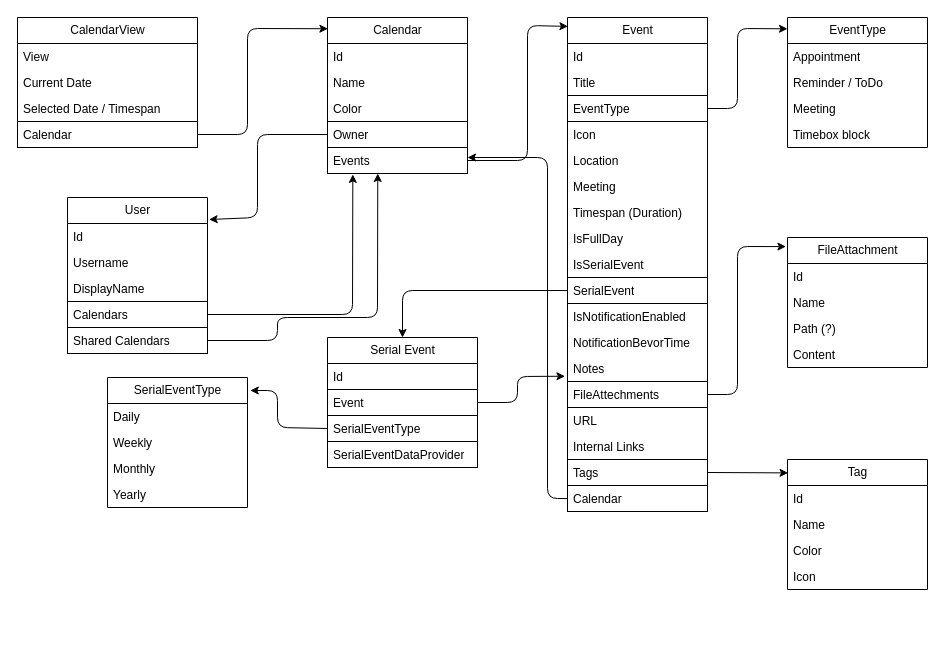
This is page "Domain" (1 of 2) of Architecture/Domains/Calendar.drawio from TodoXpress/Documentation, a draw.io file, before an edit. Source tidied: cells renumbered, new cells numbered last; positions are measured from the earlier drawing's top-left corner, leaving out a move shared by most shapes. Both pictures are drawn from the tidied source at 100%, with x=0, y=0 at pixel (17, 17).
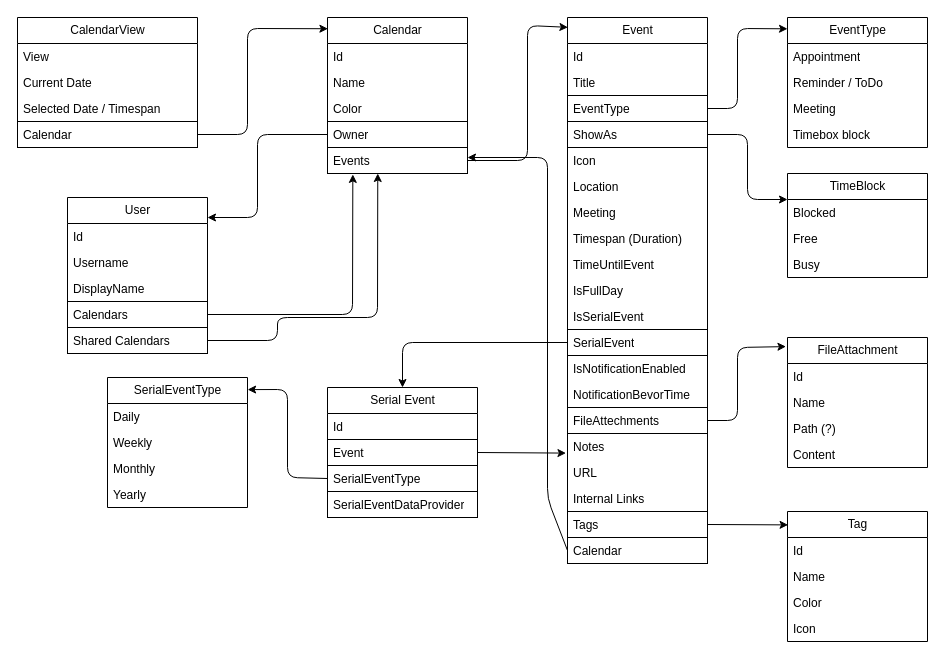
After the change.

Unchanged cells that the change refers to:
```xml
<mxCell id="11" value="Owner" style="text;strokeColor=default;fillColor=none;align=left;verticalAlign=top;spacingLeft=4;spacingRight=4;overflow=hidden;points=[[0,0.5],[1,0.5]];portConstraint=eastwest;whiteSpace=wrap;html=1;" parent="7" vertex="1">
  <mxGeometry y="104" width="140" height="26" as="geometry" />
</mxCell>
<mxCell id="37" value="Event" style="text;strokeColor=default;fillColor=none;align=left;verticalAlign=top;spacingLeft=4;spacingRight=4;overflow=hidden;points=[[0,0.5],[1,0.5]];portConstraint=eastwest;whiteSpace=wrap;html=1;" parent="35" vertex="1">
  <mxGeometry y="52" width="150" height="26" as="geometry" />
</mxCell>
<mxCell id="38" value="SerialEventType" style="text;strokeColor=default;fillColor=none;align=left;verticalAlign=top;spacingLeft=4;spacingRight=4;overflow=hidden;points=[[0,0.5],[1,0.5]];portConstraint=eastwest;whiteSpace=wrap;html=1;" parent="35" vertex="1">
  <mxGeometry y="78" width="150" height="26" as="geometry" />
</mxCell>
<mxCell id="41" value="User" style="swimlane;fontStyle=0;horizontal=1;startSize=26;fillColor=none;html=1;strokeColor=default;" parent="1" vertex="1">
  <mxGeometry x="50" y="180" width="140" height="156" as="geometry" />
</mxCell>
<mxCell id="54" value="SerialEventType" style="swimlane;fontStyle=0;horizontal=1;startSize=26;fillColor=none;html=1;strokeColor=default;" parent="1" vertex="1">
  <mxGeometry x="90" y="360" width="140" height="130" as="geometry" />
</mxCell>
```

The edit, as a diff of the source:
```diff
@@
     <mxCell id="14" value="Event" style="swimlane;fontStyle=0;horizontal=1;startSize=26;fillColor=none;html=1;strokeColor=default;" parent="1" vertex="1">
-      <mxGeometry x="550" width="140" height="494" as="geometry" />
+      <mxGeometry x="550" width="140" height="546" as="geometry" />
     </mxCell>
@@
+    <mxCell id="75" value="ShowAs" style="text;strokeColor=default;fillColor=none;align=left;verticalAlign=top;spacingLeft=4;spacingRight=4;overflow=hidden;points=[[0,0.5],[1,0.5]];portConstraint=eastwest;whiteSpace=wrap;html=1;" parent="14" vertex="1">
+      <mxGeometry y="104" width="140" height="26" as="geometry" />
+    </mxCell>
     <mxCell id="18" value="Icon" style="text;strokeColor=none;fillColor=none;align=left;verticalAlign=top;spacingLeft=4;spacingRight=4;overflow=hidden;whiteSpace=wrap;html=1;" parent="14" vertex="1">
-      <mxGeometry y="104" width="140" height="26" as="geometry" />
+      <mxGeometry y="130" width="140" height="26" as="geometry" />
     </mxCell>
     <mxCell id="19" value="Location" style="text;strokeColor=none;fillColor=none;align=left;verticalAlign=top;spacingLeft=4;spacingRight=4;overflow=hidden;whiteSpace=wrap;html=1;" parent="14" vertex="1">
-      <mxGeometry y="130" width="140" height="26" as="geometry" />
+      <mxGeometry y="156" width="140" height="26" as="geometry" />
     </mxCell>
     <mxCell id="20" value="Meeting" style="text;strokeColor=none;fillColor=none;align=left;verticalAlign=top;spacingLeft=4;spacingRight=4;overflow=hidden;whiteSpace=wrap;html=1;" parent="14" vertex="1">
-      <mxGeometry y="156" width="140" height="26" as="geometry" />
+      <mxGeometry y="182" width="140" height="26" as="geometry" />
     </mxCell>
     <mxCell id="21" value="Timespan (Duration)" style="text;strokeColor=none;fillColor=none;align=left;verticalAlign=top;spacingLeft=4;spacingRight=4;overflow=hidden;whiteSpace=wrap;html=1;" parent="14" vertex="1">
-      <mxGeometry y="182" width="140" height="26" as="geometry" />
+      <mxGeometry y="208" width="140" height="26" as="geometry" />
     </mxCell>
+    <mxCell id="76" value="TimeUntilEvent" style="text;strokeColor=none;fillColor=none;align=left;verticalAlign=top;spacingLeft=4;spacingRight=4;overflow=hidden;whiteSpace=wrap;html=1;" parent="14" vertex="1">
+      <mxGeometry y="234" width="140" height="26" as="geometry" />
+    </mxCell>
     <mxCell id="22" value="IsFullDay" style="text;strokeColor=none;fillColor=none;align=left;verticalAlign=top;spacingLeft=4;spacingRight=4;overflow=hidden;whiteSpace=wrap;html=1;" parent="14" vertex="1">
-      <mxGeometry y="208" width="140" height="26" as="geometry" />
+      <mxGeometry y="260" width="140" height="26" as="geometry" />
     </mxCell>
     <mxCell id="23" value="IsSerialEvent" style="text;strokeColor=none;fillColor=none;align=left;verticalAlign=top;spacingLeft=4;spacingRight=4;overflow=hidden;whiteSpace=wrap;html=1;" parent="14" vertex="1">
-      <mxGeometry y="234" width="140" height="26" as="geometry" />
+      <mxGeometry y="286" width="140" height="26" as="geometry" />
     </mxCell>
     <mxCell id="24" value="SerialEvent" style="text;strokeColor=default;fillColor=none;align=left;verticalAlign=top;spacingLeft=4;spacingRight=4;overflow=hidden;points=[[0,0.5],[1,0.5]];portConstraint=eastwest;whiteSpace=wrap;html=1;" parent="14" vertex="1">
-      <mxGeometry y="260" width="140" height="26" as="geometry" />
+      <mxGeometry y="312" width="140" height="26" as="geometry" />
     </mxCell>
     <mxCell id="25" value="IsNotificationEnabled" style="text;strokeColor=none;fillColor=none;align=left;verticalAlign=top;spacingLeft=4;spacingRight=4;overflow=hidden;whiteSpace=wrap;html=1;" parent="14" vertex="1">
-      <mxGeometry y="286" width="140" height="26" as="geometry" />
+      <mxGeometry y="338" width="140" height="26" as="geometry" />
     </mxCell>
     <mxCell id="26" value="NotificationBevorTime" style="text;strokeColor=none;fillColor=none;align=left;verticalAlign=top;spacingLeft=4;spacingRight=4;overflow=hidden;whiteSpace=wrap;html=1;" parent="14" vertex="1">
-      <mxGeometry y="312" width="140" height="26" as="geometry" />
+      <mxGeometry y="364" width="140" height="26" as="geometry" />
     </mxCell>
+    <mxCell id="28" value="FileAttechments" style="text;strokeColor=default;fillColor=none;align=left;verticalAlign=top;spacingLeft=4;spacingRight=4;overflow=hidden;points=[[0,0.5],[1,0.5]];portConstraint=eastwest;whiteSpace=wrap;html=1;" parent="14" vertex="1">
+      <mxGeometry y="390" width="140" height="26" as="geometry" />
+    </mxCell>
     <mxCell id="27" value="Notes" style="text;strokeColor=none;fillColor=none;align=left;verticalAlign=top;spacingLeft=4;spacingRight=4;overflow=hidden;points=[[0,0.5],[1,0.5]];portConstraint=eastwest;whiteSpace=wrap;html=1;" parent="14" vertex="1">
-      <mxGeometry y="338" width="140" height="26" as="geometry" />
+      <mxGeometry y="416" width="140" height="26" as="geometry" />
     </mxCell>
-    <mxCell id="28" value="FileAttechments" style="text;strokeColor=default;fillColor=none;align=left;verticalAlign=top;spacingLeft=4;spacingRight=4;overflow=hidden;points=[[0,0.5],[1,0.5]];portConstraint=eastwest;whiteSpace=wrap;html=1;" parent="14" vertex="1">
-      <mxGeometry y="364" width="140" height="26" as="geometry" />
-    </mxCell>
     <mxCell id="29" value="URL" style="text;strokeColor=none;fillColor=none;align=left;verticalAlign=top;spacingLeft=4;spacingRight=4;overflow=hidden;whiteSpace=wrap;html=1;" parent="14" vertex="1">
-      <mxGeometry y="390" width="140" height="26" as="geometry" />
+      <mxGeometry y="442" width="140" height="26" as="geometry" />
     </mxCell>
     <mxCell id="30" value="Internal Links" style="text;strokeColor=none;fillColor=none;align=left;verticalAlign=top;spacingLeft=4;spacingRight=4;overflow=hidden;whiteSpace=wrap;html=1;" parent="14" vertex="1">
-      <mxGeometry y="416" width="140" height="26" as="geometry" />
+      <mxGeometry y="468" width="140" height="26" as="geometry" />
     </mxCell>
     <mxCell id="31" value="Tags" style="text;strokeColor=default;fillColor=none;align=left;verticalAlign=top;spacingLeft=4;spacingRight=4;overflow=hidden;points=[[0,0.5],[1,0.5]];portConstraint=eastwest;whiteSpace=wrap;html=1;" parent="14" vertex="1">
-      <mxGeometry y="442" width="140" height="26" as="geometry" />
+      <mxGeometry y="494" width="140" height="26" as="geometry" />
     </mxCell>
     <mxCell id="32" value="Calendar" style="text;strokeColor=default;fillColor=none;align=left;verticalAlign=top;spacingLeft=4;spacingRight=4;overflow=hidden;points=[[0,0.5],[1,0.5]];portConstraint=eastwest;whiteSpace=wrap;html=1;" parent="14" vertex="1">
-      <mxGeometry y="468" width="140" height="26" as="geometry" />
+      <mxGeometry y="520" width="140" height="26" as="geometry" />
     </mxCell>
@@
     <mxCell id="35" value="Serial Event" style="swimlane;fontStyle=0;horizontal=1;startSize=26;fillColor=none;html=1;strokeColor=default;" parent="1" vertex="1">
-      <mxGeometry x="310" y="320" width="150" height="130" as="geometry" />
+      <mxGeometry x="310" y="370" width="150" height="130" as="geometry" />
     </mxCell>
@@
     <mxCell id="40" style="edgeStyle=none;html=1;exitX=0;exitY=0.5;exitDx=0;exitDy=0;entryX=0.5;entryY=0;entryDx=0;entryDy=0;" parent="1" edge="1" source="24" target="35">
       <mxGeometry relative="1" as="geometry">
         <Array as="points">
-          <mxPoint x="385" y="273" />
+          <mxPoint x="385" y="325" />
         </Array>
       </mxGeometry>
     </mxCell>
@@
-    <mxCell id="47" style="edgeStyle=none;html=1;exitX=0;exitY=0.5;exitDx=0;exitDy=0;entryX=1.012;entryY=0.141;entryDx=0;entryDy=0;entryPerimeter=0;" parent="1" edge="1" source="11" target="41">
+    <mxCell id="47" style="edgeStyle=none;html=1;exitX=0;exitY=0.5;exitDx=0;exitDy=0;" parent="1" edge="1" source="11">
       <mxGeometry relative="1" as="geometry">
+        <mxPoint x="190" y="200" as="targetPoint" />
         <Array as="points">
           <mxPoint x="240" y="117" />
           <mxPoint x="240" y="200" />
         </Array>
       </mxGeometry>
     </mxCell>
@@
-    <mxCell id="59" style="edgeStyle=none;html=1;exitX=0;exitY=0.5;exitDx=0;exitDy=0;entryX=1.02;entryY=0.1;entryDx=0;entryDy=0;entryPerimeter=0;" parent="1" edge="1" source="38" target="54">
+    <mxCell id="59" style="edgeStyle=none;html=1;exitX=0;exitY=0.5;exitDx=0;exitDy=0;entryX=1.001;entryY=0.093;entryDx=0;entryDy=0;entryPerimeter=0;" parent="1" edge="1" source="38" target="54">
       <mxGeometry relative="1" as="geometry">
         <Array as="points">
-          <mxPoint x="260" y="410" />
-          <mxPoint x="260" y="373" />
+          <mxPoint x="270" y="460" />
+          <mxPoint x="270" y="372" />
         </Array>
       </mxGeometry>
     </mxCell>
     <mxCell id="60" value="Tag" style="swimlane;fontStyle=0;horizontal=1;startSize=26;fillColor=none;html=1;" parent="1" vertex="1">
-      <mxGeometry x="770" y="442" width="140" height="130" as="geometry" />
+      <mxGeometry x="770" y="494" width="140" height="130" as="geometry" />
     </mxCell>
@@
-    <mxCell id="67" style="edgeStyle=none;html=1;exitX=1;exitY=0.5;exitDx=0;exitDy=0;entryX=-0.018;entryY=0.798;entryDx=0;entryDy=0;entryPerimeter=0;" parent="1" edge="1" source="37" target="27">
-      <mxGeometry relative="1" as="geometry">
-        <Array as="points">
-          <mxPoint x="500" y="385" />
-          <mxPoint x="500" y="359" />
-        </Array>
-      </mxGeometry>
+    <mxCell id="67" style="edgeStyle=none;html=1;exitX=1;exitY=0.5;exitDx=0;exitDy=0;entryX=-0.011;entryY=0.754;entryDx=0;entryDy=0;entryPerimeter=0;" parent="1" edge="1" source="37" target="27">
+      <mxGeometry relative="1" as="geometry" />
     </mxCell>
     <mxCell id="68" value="FileAttachment" style="swimlane;fontStyle=0;horizontal=1;startSize=26;fillColor=none;html=1;strokeColor=default;" parent="1" vertex="1">
-      <mxGeometry x="770" y="220" width="140" height="130" as="geometry" />
+      <mxGeometry x="770" y="320" width="140" height="130" as="geometry" />
     </mxCell>
@@
     <mxCell id="73" style="edgeStyle=none;html=1;exitX=1;exitY=0.5;exitDx=0;exitDy=0;entryX=-0.011;entryY=0.07;entryDx=0;entryDy=0;entryPerimeter=0;" parent="1" edge="1" source="28" target="68">
       <mxGeometry relative="1" as="geometry">
         <Array as="points">
-          <mxPoint x="720" y="377" />
-          <mxPoint x="720" y="229" />
+          <mxPoint x="720" y="403" />
+          <mxPoint x="720" y="330" />
         </Array>
       </mxGeometry>
     </mxCell>
@@
+    <mxCell id="77" value="TimeBlock" style="swimlane;fontStyle=0;horizontal=1;startSize=26;fillColor=none;html=1;strokeColor=default;" parent="1" vertex="1">
+      <mxGeometry x="770" y="156" width="140" height="104" as="geometry" />
+    </mxCell>
+    <mxCell id="78" value="Blocked" style="text;strokeColor=none;fillColor=none;align=left;verticalAlign=top;spacingLeft=4;spacingRight=4;overflow=hidden;whiteSpace=wrap;html=1;" parent="77" vertex="1">
+      <mxGeometry y="26" width="140" height="26" as="geometry" />
+    </mxCell>
+    <mxCell id="79" value="Free" style="text;strokeColor=none;fillColor=none;align=left;verticalAlign=top;spacingLeft=4;spacingRight=4;overflow=hidden;whiteSpace=wrap;html=1;" parent="77" vertex="1">
+      <mxGeometry y="52" width="140" height="26" as="geometry" />
+    </mxCell>
+    <mxCell id="80" value="Busy" style="text;strokeColor=none;fillColor=none;align=left;verticalAlign=top;spacingLeft=4;spacingRight=4;overflow=hidden;whiteSpace=wrap;html=1;" parent="77" vertex="1">
+      <mxGeometry y="78" width="140" height="26" as="geometry" />
+    </mxCell>
+    <mxCell id="81" style="edgeStyle=none;html=1;entryX=0;entryY=0.25;entryDx=0;entryDy=0;exitX=1;exitY=0.5;exitDx=0;exitDy=0;" parent="1" edge="1" source="75" target="77">
+      <mxGeometry relative="1" as="geometry">
+        <Array as="points">
+          <mxPoint x="730" y="117" />
+          <mxPoint x="730" y="182" />
+        </Array>
+      </mxGeometry>
+    </mxCell>
```
